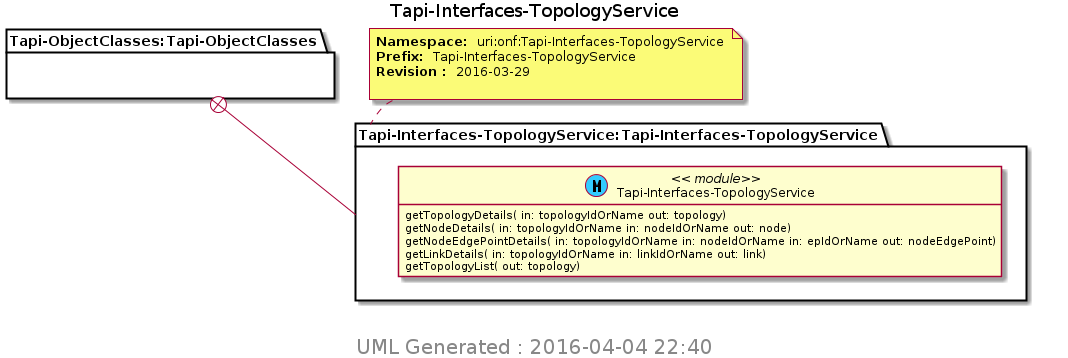
Above: TransportAPI/YANG/pyang_uml/Tapi-Interfaces-TopologyService.png in Open-Network-Models-and-Interfaces-ONMI/TAPI (PlantUML), before the change.
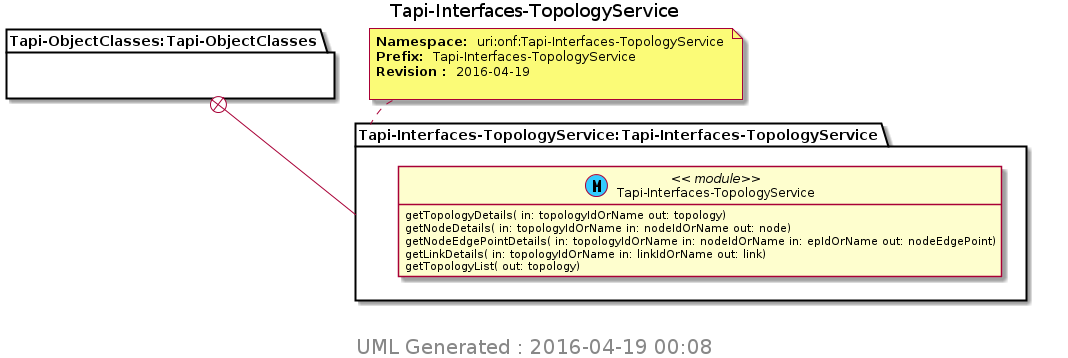
Above is the later version.

The edit, as a diff of the source:
```diff
@@ -10,7 +10,7 @@
 Title Tapi-Interfaces-TopologyService
 package "Tapi-ObjectClasses:Tapi-ObjectClasses" as Tapi_ObjectClasses_Tapi_ObjectClasses {
 }
-note top of Tapi_Interfaces_TopologyService_Tapi_Interfaces_TopologyService : <b>Namespace: </b> uri:onf:Tapi-Interfaces-TopologyService \n<b>Prefix: </b> Tapi-Interfaces-TopologyService \n<b>Revision : </b> 2016-03-29 \n
+note top of Tapi_Interfaces_TopologyService_Tapi_Interfaces_TopologyService : <b>Namespace: </b> uri:onf:Tapi-Interfaces-TopologyService \n<b>Prefix: </b> Tapi-Interfaces-TopologyService \n<b>Revision : </b> 2016-04-19 \n
 package "Tapi-Interfaces-TopologyService:Tapi-Interfaces-TopologyService" as Tapi_Interfaces_TopologyService_Tapi_Interfaces_TopologyService {
 Tapi_ObjectClasses_Tapi_ObjectClasses +-- Tapi_Interfaces_TopologyService_Tapi_Interfaces_TopologyService
 class "Tapi-Interfaces-TopologyService" as Tapi_Interfaces_TopologyService << (M, #33CCFF) module>>
@@ -22,6 +22,6 @@
 }
 
 center footer
- <size:20> UML Generated : 2016-04-04 22:40 </size>
+ <size:20> UML Generated : 2016-04-19 00:08 </size>
  endfooter
 @enduml
```
